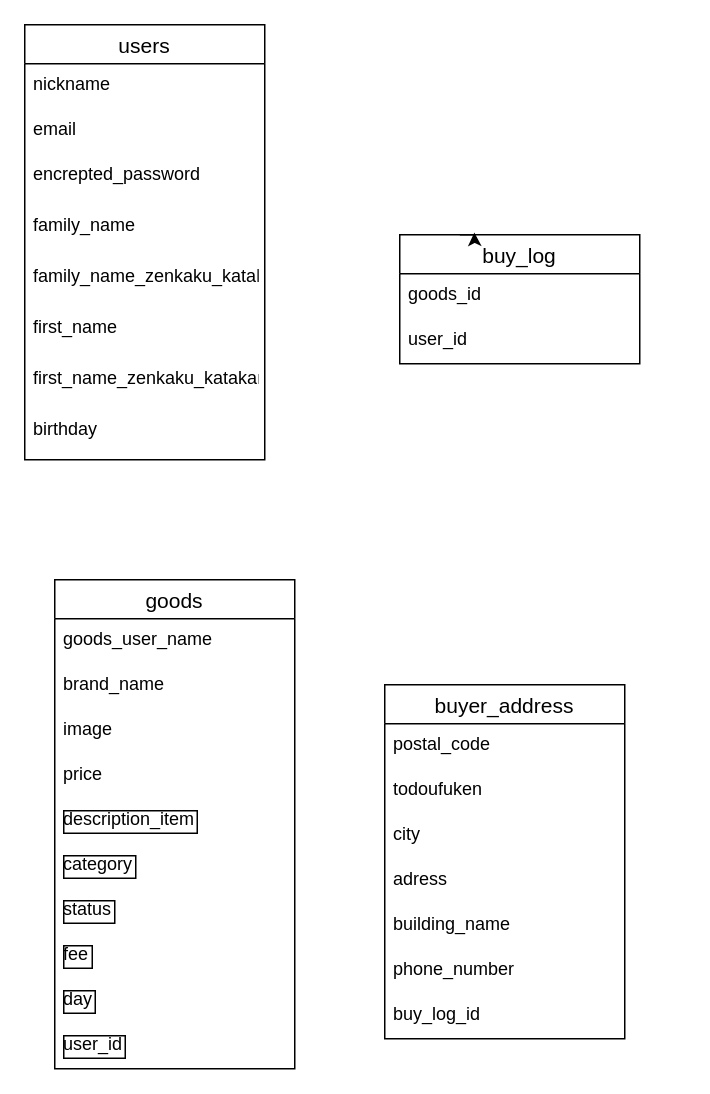
o-kun8228/furima-37097 keeps this draw.io diagram as ER.dio. Above is the earlier version. Source tidied: cells renumbered, new cells numbered last; positions are measured from the earlier drawing's top-left corner, leaving out a move shared by most shapes. Both pictures are drawn from the tidied source at 150%, with x=0, y=0 at pixel (24, 24).
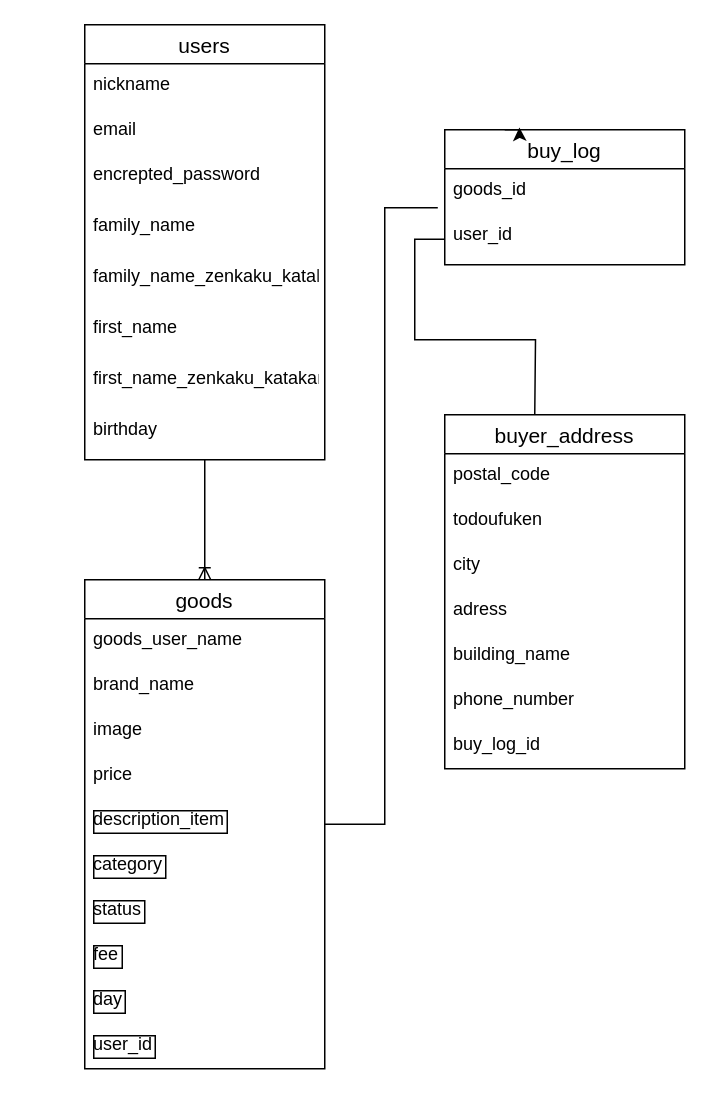
The same diagram, later.

The change refers to these unchanged cells:
```xml
<mxCell id="23" value="goods_id" style="text;strokeColor=none;fillColor=none;spacingLeft=4;spacingRight=4;overflow=hidden;points=[[0,0.5],[1,0.5]];portConstraint=eastwest;fontSize=12;" parent="22" vertex="1">
  <mxGeometry y="26" width="160" height="30" as="geometry" />
</mxCell>
```

The edit, as a diff of the source:
```diff
@@
+    <mxCell id="34" style="edgeStyle=orthogonalEdgeStyle;rounded=0;jettySize=auto;html=1;exitX=1;exitY=0.75;exitDx=0;exitDy=0;" parent="1" edge="1" source="2">
+      <mxGeometry relative="1" as="geometry">
+        <mxPoint x="200" y="217.6" as="targetPoint" />
+      </mxGeometry>
+    </mxCell>
+    <mxCell id="35" style="edgeStyle=orthogonalEdgeStyle;rounded=0;jettySize=auto;html=1;entryX=0.5;entryY=0;entryDx=0;entryDy=0;endArrow=ERoneToMany;endFill=0;" parent="1" edge="1" source="2" target="11">
+      <mxGeometry relative="1" as="geometry">
+        <Array as="points">
+          <mxPoint x="120" y="320" />
+          <mxPoint x="120" y="320" />
+        </Array>
+      </mxGeometry>
+    </mxCell>
     <mxCell id="2" value="users" style="swimlane;fontStyle=0;horizontal=1;startSize=26;align=center;fontSize=14;" parent="1" vertex="1">
-      <mxGeometry width="160" height="290" as="geometry" />
+      <mxGeometry x="40" width="160" height="290" as="geometry" />
     </mxCell>
@@
+    <mxCell id="36" style="edgeStyle=orthogonalEdgeStyle;rounded=0;jettySize=auto;html=1;exitX=1;exitY=0.5;exitDx=0;exitDy=0;endArrow=none;endFill=0;entryX=-0.029;entryY=0.867;entryDx=0;entryDy=0;entryPerimeter=0;" parent="1" edge="1" source="11" target="23">
+      <mxGeometry relative="1" as="geometry" />
+    </mxCell>
     <mxCell id="11" value="goods" style="swimlane;fontStyle=0;horizontal=1;startSize=26;align=center;fontSize=14;" parent="1" vertex="1">
-      <mxGeometry x="20" y="370" width="160" height="326" as="geometry" />
+      <mxGeometry x="40" y="370" width="160" height="326" as="geometry" />
     </mxCell>
@@
     <mxCell id="22" value="buy_log" style="swimlane;fontStyle=0;horizontal=1;startSize=26;align=center;fontSize=14;" parent="1" vertex="1">
-      <mxGeometry x="250" y="140" width="160" height="86" as="geometry" />
+      <mxGeometry x="280" y="70" width="160" height="90" as="geometry" />
     </mxCell>
@@
     <mxCell id="24" value="user_id" style="text;strokeColor=none;fillColor=none;spacingLeft=4;spacingRight=4;overflow=hidden;points=[[0,0.5],[1,0.5]];portConstraint=eastwest;fontSize=12;" parent="22" vertex="1">
-      <mxGeometry y="56" width="160" height="30" as="geometry" />
+      <mxGeometry y="56" width="160" height="34" as="geometry" />
     </mxCell>
     <mxCell id="25" value="buyer_address" style="swimlane;fontStyle=0;horizontal=1;startSize=26;align=center;fontSize=14;" parent="1" vertex="1">
-      <mxGeometry x="240" y="440" width="160" height="236" as="geometry" />
+      <mxGeometry x="280" y="260" width="160" height="236" as="geometry" />
     </mxCell>
@@
+    <mxCell id="37" style="edgeStyle=orthogonalEdgeStyle;rounded=0;jettySize=auto;html=1;endArrow=none;endFill=0;" parent="1" edge="1" source="24">
+      <mxGeometry relative="1" as="geometry">
+        <mxPoint x="340" y="260" as="targetPoint" />
+      </mxGeometry>
+    </mxCell>
```
